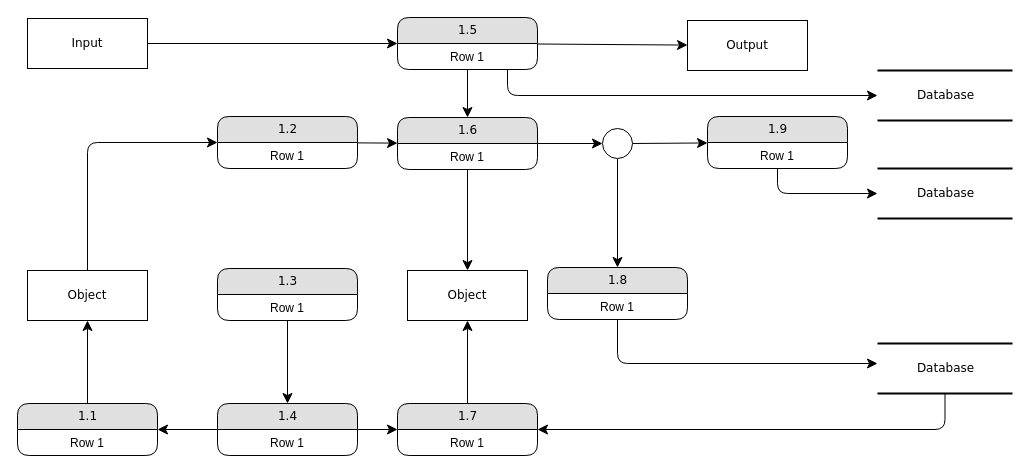
This is src/templates/CAPM-SAPIntegrationSuite/Untitled Diagram.drawio from cpc-veduln/sap_btp_icons_drawio_lib, a draw.io file, before an edit. Source tidied: cells renumbered, new cells numbered last; positions are measured from the earlier drawing's top-left corner, leaving out a move shared by most shapes. Both pictures are drawn from the tidied source at 100%, with x=0, y=0 at pixel (17, 17).
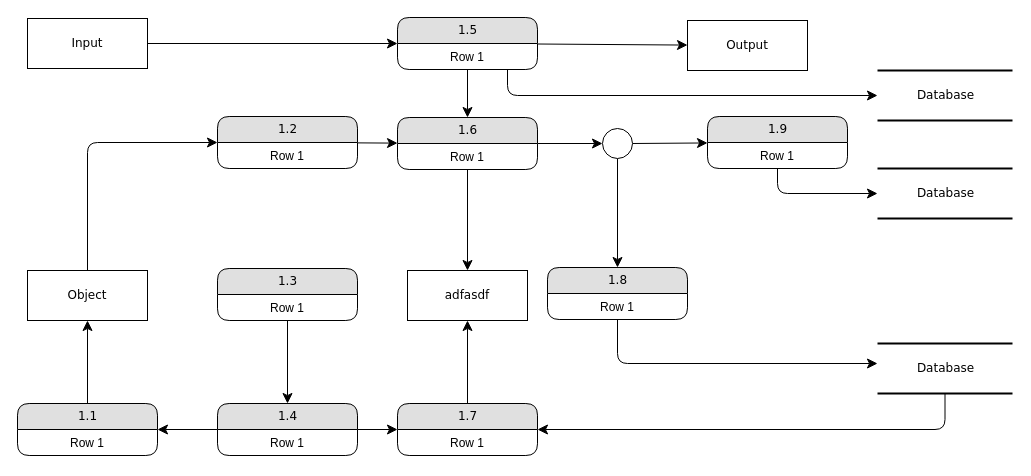
Above is the later version.

Change to the diagram source:
```diff
@@
-    <mxCell id="42" value="Object" style="whiteSpace=wrap;html=1;rounded=0;shadow=0;comic=0;labelBackgroundColor=none;strokeWidth=1;fontFamily=Verdana;fontSize=12;align=center;" parent="1" vertex="1">
+    <mxCell id="42" value="adfasdf" style="whiteSpace=wrap;html=1;rounded=0;shadow=0;comic=0;labelBackgroundColor=none;strokeWidth=1;fontFamily=Verdana;fontSize=12;align=center;" parent="1" vertex="1">
       <mxGeometry x="390" y="253" width="120" height="50" as="geometry" />
     </mxCell>
```
